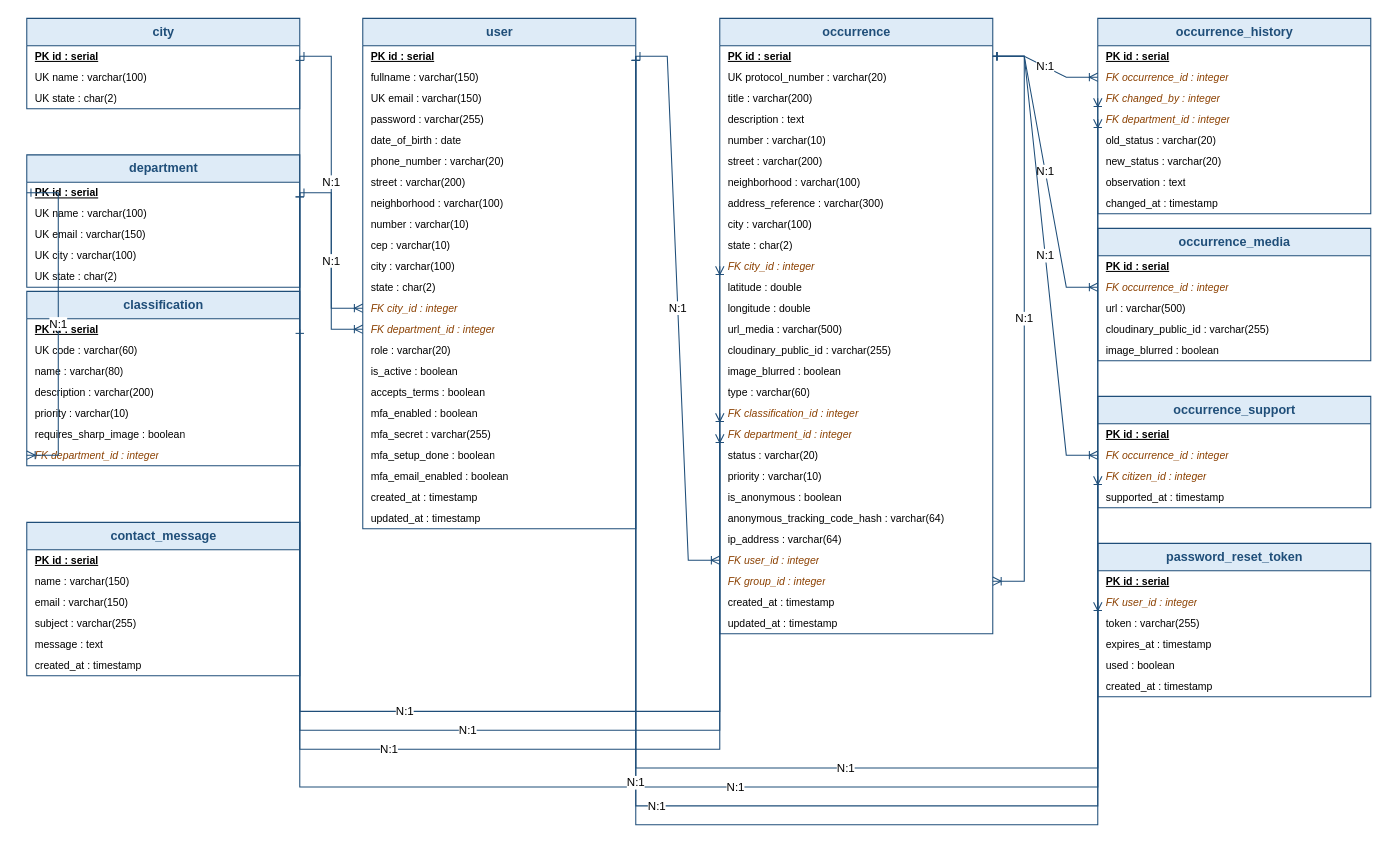
RRomano00/ProjetoFinalDeCurso keeps this draw.io diagram as ApêndiceD-VisãodosDados/FalaCidade_DER_v4.drawio. Above is the earlier version. Source tidied: cells renumbered, new cells numbered last; positions are measured from the earlier drawing's top-left corner, leaving out a move shared by most shapes. Both pictures are drawn from the tidied source at 105%, with x=0, y=0 at pixel (26, 18).
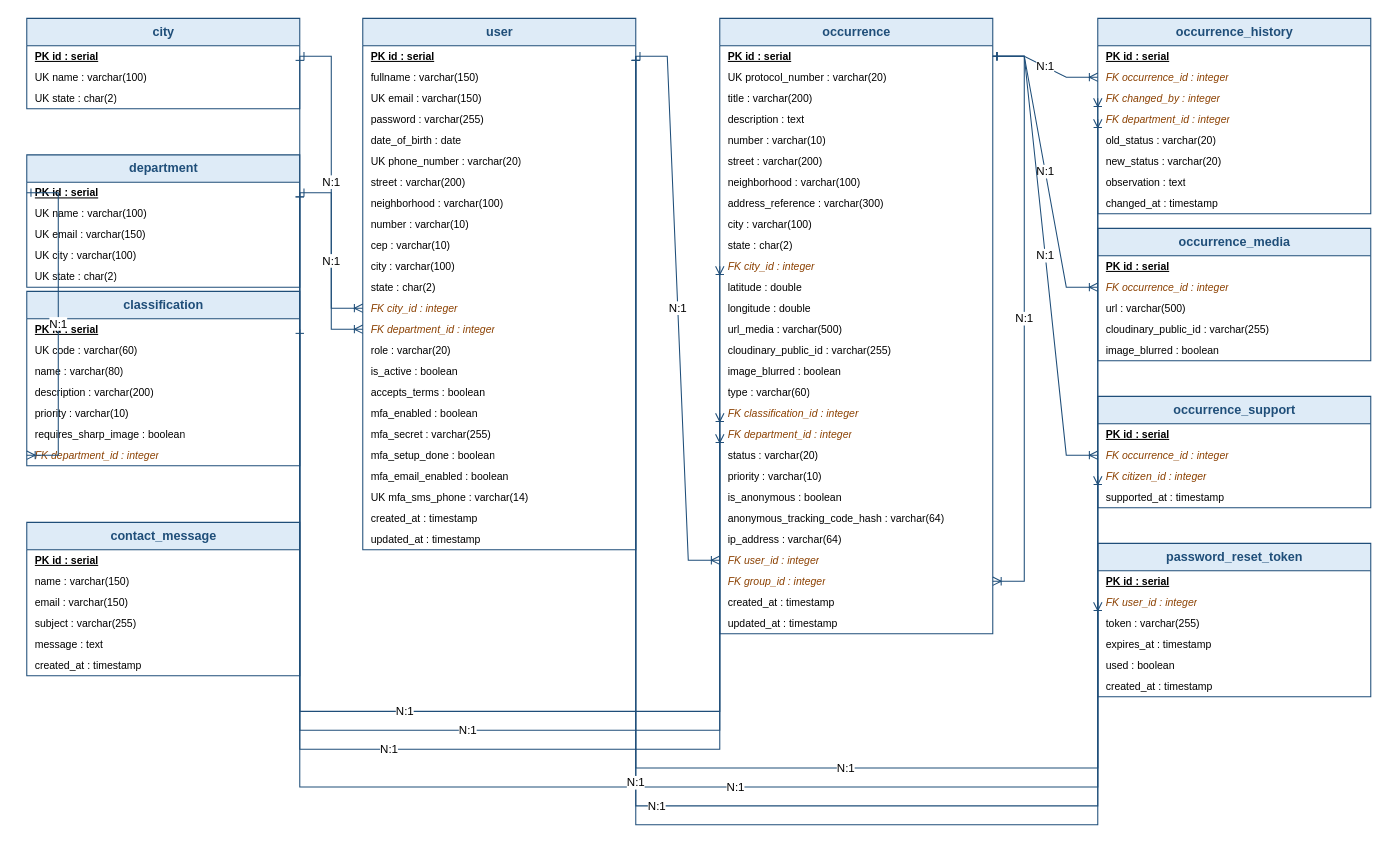
The same page after the edit.

What changed in the source:
```diff
@@
     <mxCell id="27" value="user" style="swimlane;fontStyle=1;horizontal=1;startSize=26;html=1;rounded=0;shadow=0;strokeColor=#1F4E79;fillColor=#DEEBF7;fontColor=#1F4E79;fontSize=12;align=center;" parent="1" vertex="1">
-      <mxGeometry x="320" width="260" height="486" as="geometry" />
+      <mxGeometry x="320" width="260" height="506" as="geometry" />
     </mxCell>
@@
-    <mxCell id="33" value="phone_number : varchar(20)" style="text;strokeColor=none;fillColor=none;align=left;verticalAlign=middle;spacingLeft=6;spacingRight=6;overflow=hidden;whiteSpace=wrap;html=1;fontSize=10;" parent="27" vertex="1">
+    <mxCell id="33" value="UK phone_number : varchar(20)" style="text;strokeColor=none;fillColor=none;align=left;verticalAlign=middle;spacingLeft=6;spacingRight=6;overflow=hidden;whiteSpace=wrap;html=1;fontSize=10;" parent="27" vertex="1">
       <mxGeometry y="126" width="260" height="20" as="geometry" />
     </mxCell>
@@
+    <mxCell id="122" value="UK mfa_sms_phone : varchar(14)" style="text;strokeColor=none;fillColor=none;align=left;verticalAlign=middle;spacingLeft=6;spacingRight=6;overflow=hidden;whiteSpace=wrap;html=1;fontSize=10;" parent="27" vertex="1">
+      <mxGeometry y="446" width="260" height="20" as="geometry" />
+    </mxCell>
     <mxCell id="49" value="created_at : timestamp" style="text;strokeColor=none;fillColor=none;align=left;verticalAlign=middle;spacingLeft=6;spacingRight=6;overflow=hidden;whiteSpace=wrap;html=1;fontSize=10;" parent="27" vertex="1">
-      <mxGeometry y="446" width="260" height="20" as="geometry" />
+      <mxGeometry y="466" width="260" height="20" as="geometry" />
     </mxCell>
     <mxCell id="50" value="updated_at : timestamp" style="text;strokeColor=none;fillColor=none;align=left;verticalAlign=middle;spacingLeft=6;spacingRight=6;overflow=hidden;whiteSpace=wrap;html=1;fontSize=10;" parent="27" vertex="1">
-      <mxGeometry y="466" width="260" height="20" as="geometry" />
+      <mxGeometry y="486" width="260" height="20" as="geometry" />
     </mxCell>
```
